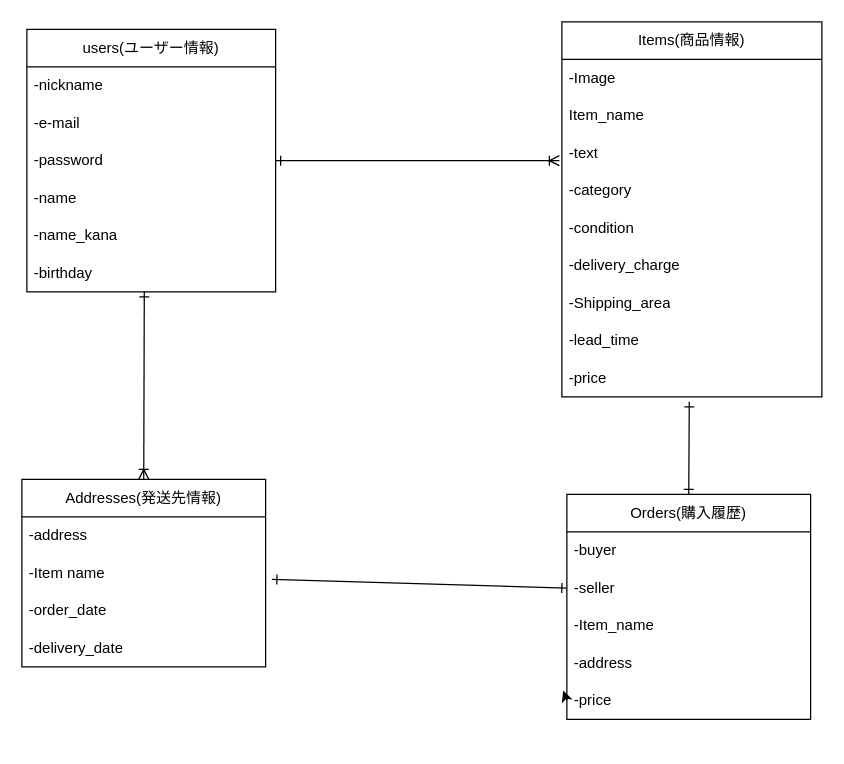
Before: ER.dio in Ryuma0724/furima-39794, a draw.io diagram. Source tidied: cells renumbered, new cells numbered last; positions are measured from the earlier drawing's top-left corner, leaving out a move shared by most shapes. Both pictures are drawn from the tidied source at 125%, with x=0, y=0 at pixel (21, 21).
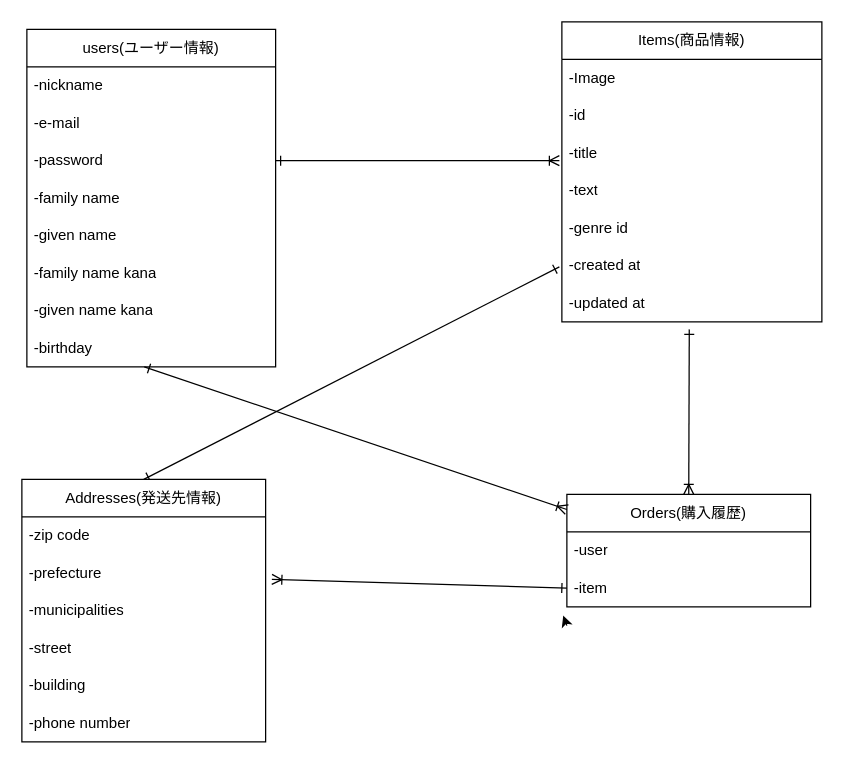
Above is the later version.

The edit, as a diff of the source:
```diff
@@
     <mxCell id="2" value="users(ユーザー情報)" style="swimlane;fontStyle=0;horizontal=1;startSize=30;whiteSpace=wrap;html=1;" parent="1" vertex="1">
-      <mxGeometry x="4" y="6" width="199" height="210" as="geometry" />
+      <mxGeometry x="4" y="6" width="199" height="270" as="geometry" />
     </mxCell>
@@
-    <mxCell id="6" value="-name" style="text;strokeColor=none;fillColor=none;align=left;verticalAlign=middle;spacingLeft=4;spacingRight=4;overflow=hidden;whiteSpace=wrap;html=1;" parent="2" vertex="1">
+    <mxCell id="6" value="-family name" style="text;strokeColor=none;fillColor=none;align=left;verticalAlign=middle;spacingLeft=4;spacingRight=4;overflow=hidden;whiteSpace=wrap;html=1;" parent="2" vertex="1">
       <mxGeometry y="120" width="199" height="30" as="geometry" />
     </mxCell>
+    <mxCell id="35" value="-given name" style="text;strokeColor=none;fillColor=none;align=left;verticalAlign=middle;spacingLeft=4;spacingRight=4;overflow=hidden;whiteSpace=wrap;html=1;" parent="2" vertex="1">
+      <mxGeometry y="150" width="199" height="30" as="geometry" />
+    </mxCell>
-    <mxCell id="7" value="-name_kana" style="text;strokeColor=none;fillColor=none;align=left;verticalAlign=middle;spacingLeft=4;spacingRight=4;overflow=hidden;whiteSpace=wrap;html=1;" parent="2" vertex="1">
-      <mxGeometry y="150" width="199" height="30" as="geometry" />
+    <mxCell id="7" value="-family name kana" style="text;strokeColor=none;fillColor=none;align=left;verticalAlign=middle;spacingLeft=4;spacingRight=4;overflow=hidden;whiteSpace=wrap;html=1;" parent="2" vertex="1">
+      <mxGeometry y="180" width="199" height="30" as="geometry" />
     </mxCell>
+    <mxCell id="36" value="-given name kana" style="text;strokeColor=none;fillColor=none;align=left;verticalAlign=middle;spacingLeft=4;spacingRight=4;overflow=hidden;whiteSpace=wrap;html=1;" parent="2" vertex="1">
+      <mxGeometry y="210" width="199" height="30" as="geometry" />
+    </mxCell>
     <mxCell id="8" value="-birthday" style="text;strokeColor=none;fillColor=none;align=left;verticalAlign=middle;spacingLeft=4;spacingRight=4;overflow=hidden;points=[[0,0.5],[1,0.5]];portConstraint=eastwest;whiteSpace=wrap;html=1;" parent="2" vertex="1">
-      <mxGeometry y="180" width="199" height="30" as="geometry" />
+      <mxGeometry y="240" width="199" height="30" as="geometry" />
     </mxCell>
     <mxCell id="9" value="Items(商品情報)" style="swimlane;fontStyle=0;horizontal=1;startSize=30;whiteSpace=wrap;html=1;" parent="1" vertex="1">
-      <mxGeometry x="432" width="208" height="300" as="geometry" />
+      <mxGeometry x="432" width="208" height="240" as="geometry" />
     </mxCell>
@@
-    <mxCell id="11" value="Item_name" style="text;strokeColor=none;fillColor=none;align=left;verticalAlign=middle;spacingLeft=4;spacingRight=4;overflow=hidden;whiteSpace=wrap;html=1;" parent="9" vertex="1">
+    <mxCell id="11" value="-id" style="text;strokeColor=none;fillColor=none;align=left;verticalAlign=middle;spacingLeft=4;spacingRight=4;overflow=hidden;whiteSpace=wrap;html=1;" parent="9" vertex="1">
       <mxGeometry y="60" width="208" height="30" as="geometry" />
     </mxCell>
-    <mxCell id="12" value="-text" style="text;strokeColor=none;fillColor=none;align=left;verticalAlign=middle;spacingLeft=4;spacingRight=4;overflow=hidden;whiteSpace=wrap;html=1;" parent="9" vertex="1">
+    <mxCell id="12" value="-title" style="text;strokeColor=none;fillColor=none;align=left;verticalAlign=middle;spacingLeft=4;spacingRight=4;overflow=hidden;whiteSpace=wrap;html=1;" parent="9" vertex="1">
       <mxGeometry y="90" width="208" height="30" as="geometry" />
     </mxCell>
-    <mxCell id="13" value="-category" style="text;strokeColor=none;fillColor=none;align=left;verticalAlign=middle;spacingLeft=4;spacingRight=4;overflow=hidden;whiteSpace=wrap;html=1;" parent="9" vertex="1">
+    <mxCell id="13" value="-text" style="text;strokeColor=none;fillColor=none;align=left;verticalAlign=middle;spacingLeft=4;spacingRight=4;overflow=hidden;whiteSpace=wrap;html=1;" parent="9" vertex="1">
       <mxGeometry y="120" width="208" height="30" as="geometry" />
     </mxCell>
-    <mxCell id="14" value="-condition" style="text;strokeColor=none;fillColor=none;align=left;verticalAlign=middle;spacingLeft=4;spacingRight=4;overflow=hidden;whiteSpace=wrap;html=1;" parent="9" vertex="1">
+    <mxCell id="14" value="-genre id" style="text;strokeColor=none;fillColor=none;align=left;verticalAlign=middle;spacingLeft=4;spacingRight=4;overflow=hidden;whiteSpace=wrap;html=1;" parent="9" vertex="1">
       <mxGeometry y="150" width="208" height="30" as="geometry" />
     </mxCell>
-    <mxCell id="15" value="-delivery_charge" style="text;strokeColor=none;fillColor=none;align=left;verticalAlign=middle;spacingLeft=4;spacingRight=4;overflow=hidden;whiteSpace=wrap;html=1;" parent="9" vertex="1">
+    <mxCell id="15" value="-created at" style="text;strokeColor=none;fillColor=none;align=left;verticalAlign=middle;spacingLeft=4;spacingRight=4;overflow=hidden;whiteSpace=wrap;html=1;" parent="9" vertex="1">
       <mxGeometry y="180" width="208" height="30" as="geometry" />
     </mxCell>
-    <mxCell id="16" value="-Shipping_area" style="text;strokeColor=none;fillColor=none;align=left;verticalAlign=middle;spacingLeft=4;spacingRight=4;overflow=hidden;points=[[0,0.5],[1,0.5]];portConstraint=eastwest;whiteSpace=wrap;html=1;" parent="9" vertex="1">
+    <mxCell id="16" value="-updated at" style="text;strokeColor=none;fillColor=none;align=left;verticalAlign=middle;spacingLeft=4;spacingRight=4;overflow=hidden;points=[[0,0.5],[1,0.5]];portConstraint=eastwest;whiteSpace=wrap;html=1;" parent="9" vertex="1">
       <mxGeometry y="210" width="208" height="30" as="geometry" />
     </mxCell>
-    <mxCell id="17" value="-lead_time" style="text;strokeColor=none;fillColor=none;align=left;verticalAlign=middle;spacingLeft=4;spacingRight=4;overflow=hidden;whiteSpace=wrap;html=1;" parent="9" vertex="1">
-      <mxGeometry y="240" width="208" height="30" as="geometry" />
-    </mxCell>
-    <mxCell id="18" value="-price" style="text;strokeColor=none;fillColor=none;align=left;verticalAlign=middle;spacingLeft=4;spacingRight=4;overflow=hidden;points=[[0,0.5],[1,0.5]];portConstraint=eastwest;whiteSpace=wrap;html=1;" parent="9" vertex="1">
-      <mxGeometry y="270" width="208" height="30" as="geometry" />
-    </mxCell>
-    <mxCell id="19" style="edgeStyle=none;html=1;exitX=0.5;exitY=0;exitDx=0;exitDy=0;entryX=0.49;entryY=1.133;entryDx=0;entryDy=0;entryPerimeter=0;startArrow=ERone;startFill=0;endArrow=ERone;endFill=0;" parent="1" edge="1" source="20" target="18">
+    <mxCell id="19" style="edgeStyle=none;html=1;exitX=0.5;exitY=0;exitDx=0;exitDy=0;entryX=0.49;entryY=1.2;entryDx=0;entryDy=0;entryPerimeter=0;startArrow=ERoneToMany;startFill=0;endArrow=ERone;endFill=0;" parent="1" edge="1" source="20" target="16">
       <mxGeometry relative="1" as="geometry" />
     </mxCell>
     <mxCell id="20" value="Orders(購入履歴)" style="swimlane;fontStyle=0;horizontal=1;startSize=30;whiteSpace=wrap;html=1;" parent="1" vertex="1">
-      <mxGeometry x="436" y="378" width="195" height="180" as="geometry" />
+      <mxGeometry x="436" y="378" width="195" height="90" as="geometry" />
     </mxCell>
-    <mxCell id="21" value="-buyer" style="text;strokeColor=none;fillColor=none;align=left;verticalAlign=middle;spacingLeft=4;spacingRight=4;overflow=hidden;whiteSpace=wrap;html=1;" parent="20" vertex="1">
+    <mxCell id="21" value="-user" style="text;strokeColor=none;fillColor=none;align=left;verticalAlign=middle;spacingLeft=4;spacingRight=4;overflow=hidden;whiteSpace=wrap;html=1;" parent="20" vertex="1">
       <mxGeometry y="30" width="195" height="30" as="geometry" />
     </mxCell>
-    <mxCell id="22" value="-seller" style="text;strokeColor=none;fillColor=none;align=left;verticalAlign=middle;spacingLeft=4;spacingRight=4;overflow=hidden;points=[[0,0.5],[1,0.5]];portConstraint=eastwest;whiteSpace=wrap;html=1;" parent="20" vertex="1">
+    <mxCell id="22" value="-item" style="text;strokeColor=none;fillColor=none;align=left;verticalAlign=middle;spacingLeft=4;spacingRight=4;overflow=hidden;points=[[0,0.5],[1,0.5]];portConstraint=eastwest;whiteSpace=wrap;html=1;" parent="20" vertex="1">
       <mxGeometry y="60" width="195" height="30" as="geometry" />
     </mxCell>
-    <mxCell id="23" value="-Item_name" style="text;strokeColor=none;fillColor=none;align=left;verticalAlign=middle;spacingLeft=4;spacingRight=4;overflow=hidden;whiteSpace=wrap;html=1;" parent="20" vertex="1">
-      <mxGeometry y="90" width="195" height="30" as="geometry" />
-    </mxCell>
-    <mxCell id="24" value="-address" style="text;strokeColor=none;fillColor=none;align=left;verticalAlign=middle;spacingLeft=4;spacingRight=4;overflow=hidden;whiteSpace=wrap;html=1;" parent="20" vertex="1">
-      <mxGeometry y="120" width="195" height="30" as="geometry" />
-    </mxCell>
-    <mxCell id="25" value="-price" style="text;strokeColor=none;fillColor=none;align=left;verticalAlign=middle;spacingLeft=4;spacingRight=4;overflow=hidden;points=[[0,0.5],[1,0.5]];portConstraint=eastwest;whiteSpace=wrap;html=1;" parent="20" vertex="1">
-      <mxGeometry y="150" width="195" height="30" as="geometry" />
-    </mxCell>
-    <mxCell id="26" style="edgeStyle=none;html=1;exitX=0;exitY=0.5;exitDx=0;exitDy=0;entryX=-0.015;entryY=0.233;entryDx=0;entryDy=0;entryPerimeter=0;" parent="20" edge="1" source="25" target="25">
-      <mxGeometry relative="1" as="geometry" />
+    <mxCell id="26" style="edgeStyle=none;html=1;exitX=0;exitY=0.5;exitDx=0;exitDy=0;entryX=-0.015;entryY=0.233;entryDx=0;entryDy=0;entryPerimeter=0;" parent="20" edge="1">
+      <mxGeometry relative="1" as="geometry">
+        <mxPoint y="105" as="sourcePoint" />
+        <mxPoint x="-2.9" y="97" as="targetPoint" />
+      </mxGeometry>
     </mxCell>
@@
-    <mxCell id="28" style="edgeStyle=none;html=1;exitX=0.5;exitY=0;exitDx=0;exitDy=0;startArrow=ERoneToMany;startFill=0;endArrow=ERone;endFill=0;entryX=0.472;entryY=1;entryDx=0;entryDy=0;entryPerimeter=0;" parent="1" edge="1" source="29" target="8">
+    <mxCell id="28" style="edgeStyle=none;html=1;startArrow=ERoneToMany;startFill=0;endArrow=ERone;endFill=0;entryX=0.472;entryY=1;entryDx=0;entryDy=0;entryPerimeter=0;" parent="1" edge="1" source="20" target="8">
       <mxGeometry relative="1" as="geometry" />
     </mxCell>
+    <mxCell id="37" style="edgeStyle=none;html=1;exitX=0.5;exitY=0;exitDx=0;exitDy=0;startArrow=ERone;startFill=0;endArrow=ERone;endFill=0;" parent="1" edge="1" source="29">
+      <mxGeometry relative="1" as="geometry">
+        <mxPoint x="430" y="196" as="targetPoint" />
+      </mxGeometry>
+    </mxCell>
     <mxCell id="29" value="Addresses(発送先情報)" style="swimlane;fontStyle=0;horizontal=1;startSize=30;whiteSpace=wrap;html=1;" parent="1" vertex="1">
-      <mxGeometry y="366" width="195" height="150" as="geometry" />
+      <mxGeometry y="366" width="195" height="210" as="geometry" />
     </mxCell>
-    <mxCell id="30" value="-address" style="text;strokeColor=none;fillColor=none;align=left;verticalAlign=middle;spacingLeft=4;spacingRight=4;overflow=hidden;whiteSpace=wrap;html=1;" parent="29" vertex="1">
+    <mxCell id="30" value="-zip code" style="text;strokeColor=none;fillColor=none;align=left;verticalAlign=middle;spacingLeft=4;spacingRight=4;overflow=hidden;whiteSpace=wrap;html=1;" parent="29" vertex="1">
       <mxGeometry y="30" width="195" height="30" as="geometry" />
     </mxCell>
-    <mxCell id="31" value="-Item name" style="text;strokeColor=none;fillColor=none;align=left;verticalAlign=middle;spacingLeft=4;spacingRight=4;overflow=hidden;whiteSpace=wrap;html=1;" parent="29" vertex="1">
+    <mxCell id="31" value="-prefecture" style="text;strokeColor=none;fillColor=none;align=left;verticalAlign=middle;spacingLeft=4;spacingRight=4;overflow=hidden;whiteSpace=wrap;html=1;" parent="29" vertex="1">
       <mxGeometry y="60" width="195" height="30" as="geometry" />
     </mxCell>
-    <mxCell id="32" value="-order_date" style="text;strokeColor=none;fillColor=none;align=left;verticalAlign=middle;spacingLeft=4;spacingRight=4;overflow=hidden;whiteSpace=wrap;html=1;" parent="29" vertex="1">
+    <mxCell id="32" value="-municipalities" style="text;strokeColor=none;fillColor=none;align=left;verticalAlign=middle;spacingLeft=4;spacingRight=4;overflow=hidden;whiteSpace=wrap;html=1;" parent="29" vertex="1">
       <mxGeometry y="90" width="195" height="30" as="geometry" />
     </mxCell>
+    <mxCell id="38" value="-street" style="text;strokeColor=none;fillColor=none;align=left;verticalAlign=middle;spacingLeft=4;spacingRight=4;overflow=hidden;whiteSpace=wrap;html=1;" parent="29" vertex="1">
+      <mxGeometry y="120" width="195" height="30" as="geometry" />
+    </mxCell>
+    <mxCell id="39" value="-building" style="text;strokeColor=none;fillColor=none;align=left;verticalAlign=middle;spacingLeft=4;spacingRight=4;overflow=hidden;whiteSpace=wrap;html=1;" parent="29" vertex="1">
+      <mxGeometry y="150" width="195" height="30" as="geometry" />
+    </mxCell>
-    <mxCell id="33" value="-delivery_date" style="text;strokeColor=none;fillColor=none;align=left;verticalAlign=middle;spacingLeft=4;spacingRight=4;overflow=hidden;whiteSpace=wrap;html=1;" parent="29" vertex="1">
-      <mxGeometry y="120" width="195" height="30" as="geometry" />
+    <mxCell id="33" value="-phone number" style="text;strokeColor=none;fillColor=none;align=left;verticalAlign=middle;spacingLeft=4;spacingRight=4;overflow=hidden;whiteSpace=wrap;html=1;" parent="29" vertex="1">
+      <mxGeometry y="180" width="195" height="30" as="geometry" />
     </mxCell>
-    <mxCell id="34" style="edgeStyle=none;html=1;exitX=0;exitY=0.5;exitDx=0;exitDy=0;startArrow=ERone;startFill=0;endArrow=ERone;endFill=0;" parent="1" edge="1" source="22">
+    <mxCell id="34" style="edgeStyle=none;html=1;exitX=0;exitY=0.5;exitDx=0;exitDy=0;startArrow=ERone;startFill=0;endArrow=ERoneToMany;endFill=0;" parent="1" edge="1" source="22">
       <mxGeometry relative="1" as="geometry">
         <mxPoint x="200" y="446" as="targetPoint" />
       </mxGeometry>
     </mxCell>
```
